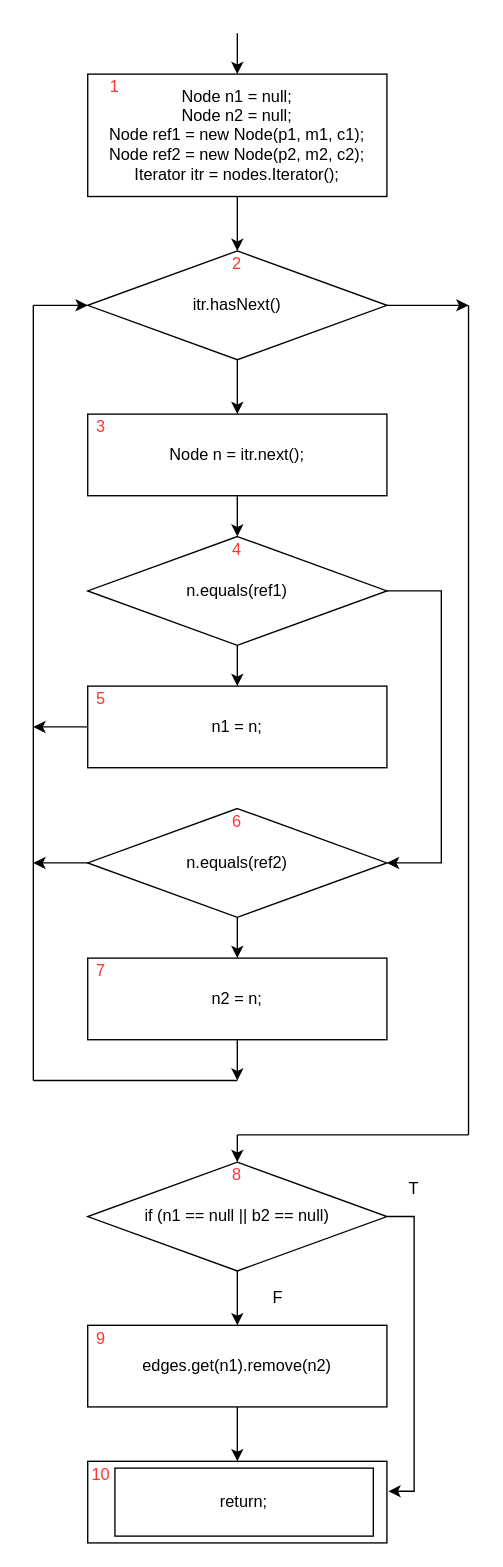
luke-jiang/CS_510 keeps this draw.io diagram as page "deleteEdge" (4 of 6) of proj1-skeleton/flowcharts/proj1.drawio. Above is the earlier version. Source tidied: cells renumbered, new cells numbered last; positions are measured from the earlier drawing's top-left corner, leaving out a move shared by most shapes. Both pictures are drawn from the tidied source at 136%, with x=0, y=0 at pixel (33, 33).
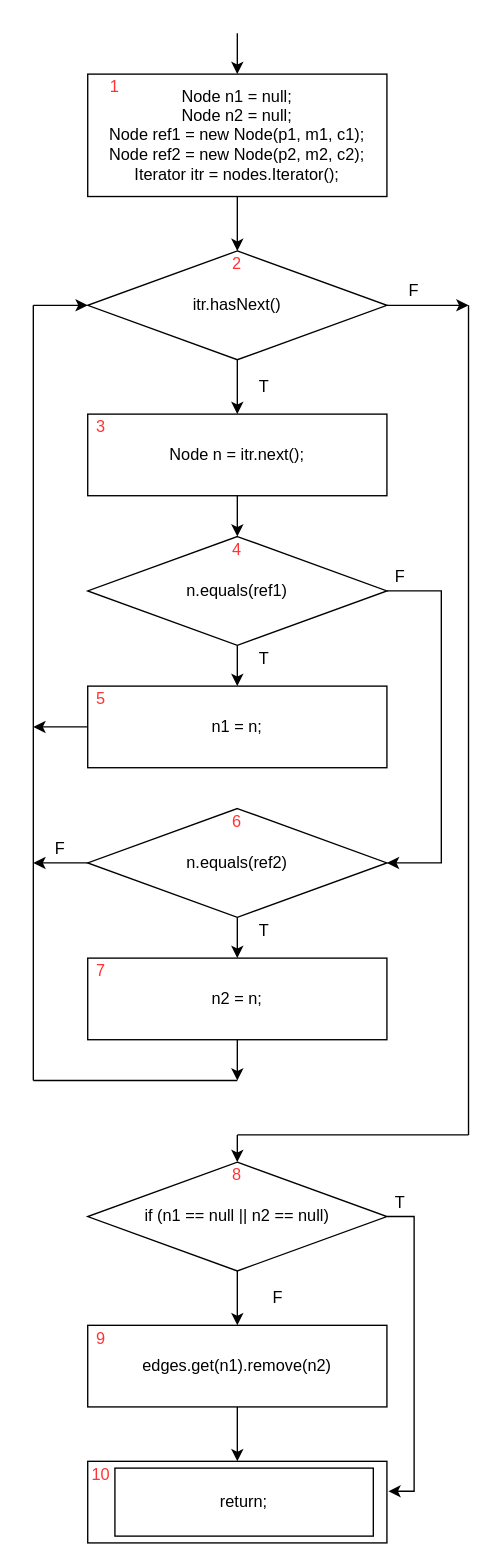
Above is the later version.

Change to the diagram source:
```diff
@@
-    <mxCell id="5" value="if (n1 == null || b2 == null)" style="rhombus;whiteSpace=wrap;html=1;" parent="1" vertex="1">
+    <mxCell id="5" value="if (n1 == null || n2 == null)" style="rhombus;whiteSpace=wrap;html=1;" parent="1" vertex="1">
       <mxGeometry x="40" y="830" width="220" height="80" as="geometry" />
     </mxCell>
@@
     <mxCell id="9" value="T" style="text;html=1;strokeColor=none;fillColor=none;align=center;verticalAlign=middle;whiteSpace=wrap;rounded=0;" parent="1" vertex="1">
-      <mxGeometry x="260" y="840" width="40" height="20" as="geometry" />
+      <mxGeometry x="250" y="850" width="40" height="20" as="geometry" />
     </mxCell>
@@
+    <mxCell id="45" value="F" style="text;html=1;strokeColor=none;fillColor=none;align=center;verticalAlign=middle;whiteSpace=wrap;rounded=0;" parent="1" vertex="1">
+      <mxGeometry x="260" y="180" width="40" height="20" as="geometry" />
+    </mxCell>
+    <mxCell id="46" value="T" style="text;html=1;strokeColor=none;fillColor=none;align=center;verticalAlign=middle;whiteSpace=wrap;rounded=0;" parent="1" vertex="1">
+      <mxGeometry x="150" y="250" width="40" height="20" as="geometry" />
+    </mxCell>
+    <mxCell id="47" value="F" style="text;html=1;strokeColor=none;fillColor=none;align=center;verticalAlign=middle;whiteSpace=wrap;rounded=0;" parent="1" vertex="1">
+      <mxGeometry x="250" y="390" width="40" height="20" as="geometry" />
+    </mxCell>
+    <mxCell id="48" value="T" style="text;html=1;strokeColor=none;fillColor=none;align=center;verticalAlign=middle;whiteSpace=wrap;rounded=0;" parent="1" vertex="1">
+      <mxGeometry x="150" y="450" width="40" height="20" as="geometry" />
+    </mxCell>
+    <mxCell id="49" value="T" style="text;html=1;strokeColor=none;fillColor=none;align=center;verticalAlign=middle;whiteSpace=wrap;rounded=0;" parent="1" vertex="1">
+      <mxGeometry x="150" y="650" width="40" height="20" as="geometry" />
+    </mxCell>
+    <mxCell id="50" value="F" style="text;html=1;strokeColor=none;fillColor=none;align=center;verticalAlign=middle;whiteSpace=wrap;rounded=0;" parent="1" vertex="1">
+      <mxGeometry y="590" width="40" height="20" as="geometry" />
+    </mxCell>
```
